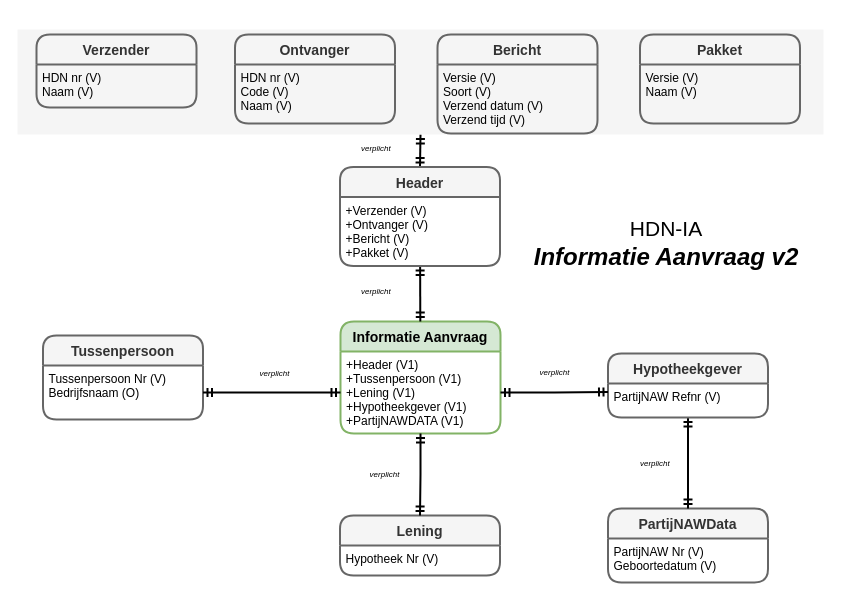
Earlier version of the draw.io diagram page "IA-bericht" (2 of 11) of 3rdParty-HDN.drawio (luchthandel/diagrams). Source tidied: cells renumbered, new cells numbered last; positions are measured from the earlier drawing's top-left corner, leaving out a move shared by most shapes. Both pictures are drawn from the tidied source at 100%, with x=0, y=0 at pixel (17, 29).
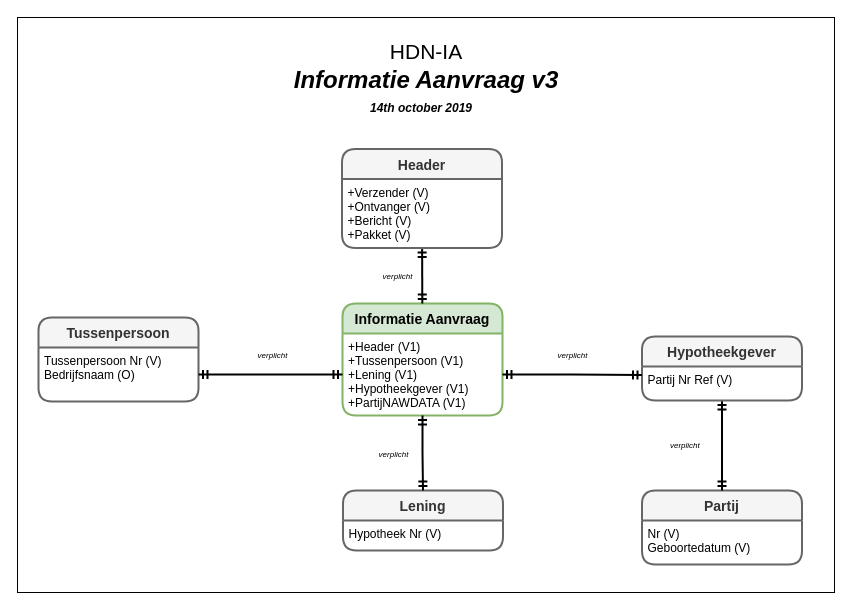
After the change.

Change to the diagram source:
```diff
@@
-    <mxCell id="2" style="rounded=0;jettySize=auto;html=1;startArrow=ERmandOne;startFill=0;endArrow=ERmandOne;endFill=0;strokeWidth=2;fontSize=8;entryX=0.5;entryY=1;entryDx=0;entryDy=0;exitX=0.5;exitY=0;exitDx=0;exitDy=0;" parent="1" edge="1" source="19" target="25">
-      <mxGeometry relative="1" as="geometry" />
-    </mxCell>
-    <mxCell id="3" value="&lt;font style=&quot;font-size: 21px&quot;&gt;HDN-IA&lt;/font&gt;&lt;b style=&quot;font-size: 24px ; font-style: italic&quot;&gt;&lt;br&gt;Informatie Aanvraag v2&lt;/b&gt;" style="text;html=1;strokeColor=none;fillColor=none;align=center;verticalAlign=middle;whiteSpace=wrap;rounded=0;" parent="1" vertex="1">
-      <mxGeometry x="500" y="160" width="298" height="106" as="geometry" />
-    </mxCell>
+    <mxCell id="36" style="rounded=0;whiteSpace=wrap;html=1;shadow=0;glass=0;comic=0;fontSize=11;align=center;fillColor=none;" parent="1" vertex="1">
+      <mxGeometry y="-12" width="817" height="575" as="geometry" />
+    </mxCell>
-    <mxCell id="4" value="PartijNAWData" style="swimlane;horizontal=1;startSize=30;fillColor=#f5f5f5;fontColor=#333333;rounded=1;fontSize=14;fontStyle=1;strokeWidth=2;shadow=0;dashed=0;align=center;strokeColor=#666666;" parent="1" vertex="1">
-      <mxGeometry x="590.5" y="479" width="160" height="74" as="geometry" />
+    <mxCell id="4" value="Partij" style="swimlane;horizontal=1;startSize=30;fillColor=#f5f5f5;fontColor=#333333;rounded=1;fontSize=14;fontStyle=1;strokeWidth=2;shadow=0;dashed=0;align=center;strokeColor=#666666;" parent="1" vertex="1">
+      <mxGeometry x="624.5" y="461" width="160" height="74" as="geometry" />
     </mxCell>
-    <mxCell id="5" value="PartijNAW Nr (V)&#10;Geboortedatum (V)" style="align=left;strokeColor=none;fillColor=none;spacingLeft=4;fontSize=12;verticalAlign=top;" parent="4" vertex="1">
+    <mxCell id="5" value="Nr (V)&#10;Geboortedatum (V)" style="align=left;strokeColor=none;fillColor=none;spacingLeft=4;fontSize=12;verticalAlign=top;" parent="4" vertex="1">
       <mxGeometry y="30" width="160" height="44" as="geometry" />
     </mxCell>
@@
     <mxCell id="7" value="Tussenpersoon" style="swimlane;horizontal=1;startSize=30;fillColor=#f5f5f5;fontColor=#333333;rounded=1;fontSize=14;fontStyle=1;strokeWidth=2;shadow=0;dashed=0;align=center;strokeColor=#666666;" parent="1" vertex="1">
-      <mxGeometry x="25.5" y="306" width="160" height="84" as="geometry" />
+      <mxGeometry x="21" y="288" width="160" height="84" as="geometry" />
     </mxCell>
@@
     <mxCell id="9" value="Lening" style="swimlane;horizontal=1;startSize=30;fillColor=#f5f5f5;rounded=1;fontSize=14;fontStyle=1;strokeWidth=2;shadow=0;dashed=0;align=center;strokeColor=#666666;fontColor=#333333;" parent="1" vertex="1">
-      <mxGeometry x="322.5" y="486" width="160" height="60" as="geometry" />
+      <mxGeometry x="325.5" y="461" width="160" height="60" as="geometry" />
     </mxCell>
@@
     <mxCell id="11" value="Hypotheekgever" style="swimlane;horizontal=1;startSize=30;fillColor=#f5f5f5;fontColor=#333333;rounded=1;fontSize=14;fontStyle=1;strokeWidth=2;shadow=0;dashed=0;align=center;strokeColor=#666666;" parent="1" vertex="1">
-      <mxGeometry x="590.5" y="324" width="160" height="64" as="geometry" />
+      <mxGeometry x="624.5" y="307" width="160" height="64" as="geometry" />
     </mxCell>
-    <mxCell id="12" value="PartijNAW Refnr (V)" style="align=left;strokeColor=none;fillColor=none;spacingLeft=4;fontSize=12;verticalAlign=top;" parent="11" vertex="1">
+    <mxCell id="12" value="Partij Nr Ref (V)" style="align=left;strokeColor=none;fillColor=none;spacingLeft=4;fontSize=12;verticalAlign=top;" parent="11" vertex="1">
       <mxGeometry y="30" width="160" height="34" as="geometry" />
     </mxCell>
     <mxCell id="13" value="Informatie Aanvraag" style="swimlane;horizontal=1;startSize=30;fillColor=#d5e8d4;rounded=1;fontSize=14;fontStyle=1;strokeWidth=2;shadow=0;dashed=0;align=center;strokeColor=#82b366;" parent="1" vertex="1">
-      <mxGeometry x="323" y="292" width="160" height="112" as="geometry" />
+      <mxGeometry x="325" y="274" width="160" height="112" as="geometry" />
     </mxCell>
@@
     <mxCell id="18" value="verplicht" style="text;html=1;fontStyle=2;fontSize=8;align=center;" parent="1" vertex="1">
-      <mxGeometry x="188" y="333" width="137" height="30" as="geometry" />
+      <mxGeometry x="184" y="315" width="141" height="30" as="geometry" />
     </mxCell>
-    <mxCell id="19" value="Header" style="swimlane;horizontal=1;startSize=30;fillColor=#f5f5f5;fontColor=#333333;rounded=1;fontSize=14;fontStyle=1;strokeWidth=2;shadow=0;dashed=0;align=center;strokeColor=#666666;" parent="1" vertex="1">
-      <mxGeometry x="322.5" y="137.5" width="160" height="99" as="geometry" />
+    <mxCell id="19" value="Header" style="swimlane;horizontal=1;startSize=30;fillColor=#f5f5f5;rounded=1;fontSize=14;fontStyle=1;strokeWidth=2;shadow=0;dashed=0;align=center;strokeColor=#666666;fontColor=#333333;" parent="1" vertex="1">
+      <mxGeometry x="324.5" y="119.5" width="160" height="99" as="geometry" />
     </mxCell>
@@
     <mxCell id="22" value="verplicht" style="text;html=1;fontStyle=2;fontSize=8;verticalAlign=middle;" parent="1" vertex="1">
-      <mxGeometry x="621" y="388" width="50" height="91" as="geometry" />
+      <mxGeometry x="651" y="370" width="50" height="91" as="geometry" />
     </mxCell>
     <mxCell id="23" value="verplicht" style="text;html=1;fontStyle=2;fontSize=8;align=center;verticalAlign=middle;" parent="1" vertex="1">
-      <mxGeometry x="342" y="406" width="50" height="78" as="geometry" />
+      <mxGeometry x="350.5" y="386" width="50" height="78" as="geometry" />
     </mxCell>
     <mxCell id="24" value="verplicht" style="text;html=1;fontStyle=2;fontSize=8;align=center;" parent="1" vertex="1">
-      <mxGeometry x="483" y="332" width="107" height="26" as="geometry" />
+      <mxGeometry x="488" y="315" width="134" height="26" as="geometry" />
     </mxCell>
-    <mxCell id="25" style="rounded=0;whiteSpace=wrap;html=1;fillColor=#f5f5f5;strokeColor=none;fontColor=#333333;" parent="1" vertex="1">
-      <mxGeometry width="806" height="105" as="geometry" />
-    </mxCell>
-    <mxCell id="26" value="Verzender" style="swimlane;horizontal=1;startSize=30;fillColor=#f5f5f5;fontColor=#333333;rounded=1;fontSize=14;fontStyle=1;strokeWidth=2;shadow=0;dashed=0;align=center;strokeColor=#666666;" parent="1" vertex="1">
-      <mxGeometry x="19" y="5" width="160" height="73" as="geometry" />
-    </mxCell>
-    <mxCell id="27" value="HDN nr (V)&#10;Naam (V)" style="align=left;strokeColor=none;fillColor=none;spacingLeft=4;fontSize=12;verticalAlign=top;" parent="26" vertex="1">
-      <mxGeometry y="30" width="160" height="43" as="geometry" />
-    </mxCell>
-    <mxCell id="28" value="Ontvanger" style="swimlane;horizontal=1;startSize=30;fillColor=#f5f5f5;fontColor=#333333;rounded=1;fontSize=14;fontStyle=1;strokeWidth=2;shadow=0;dashed=0;align=center;strokeColor=#666666;" parent="1" vertex="1">
-      <mxGeometry x="217.5" y="5" width="160" height="89" as="geometry" />
-    </mxCell>
-    <mxCell id="29" value="HDN nr (V)&#10;Code (V)&#10;Naam (V)" style="align=left;strokeColor=none;fillColor=none;spacingLeft=4;fontSize=12;verticalAlign=top;" parent="28" vertex="1">
-      <mxGeometry y="30" width="160" height="59" as="geometry" />
-    </mxCell>
-    <mxCell id="30" value="Bericht" style="swimlane;horizontal=1;startSize=30;fillColor=#f5f5f5;fontColor=#333333;rounded=1;fontSize=14;fontStyle=1;strokeWidth=2;shadow=0;dashed=0;align=center;strokeColor=#666666;" parent="1" vertex="1">
-      <mxGeometry x="420" y="5" width="160" height="99" as="geometry" />
-    </mxCell>
-    <mxCell id="31" value="Versie (V)&#10;Soort (V)&#10;Verzend datum (V)&#10;Verzend tijd (V)" style="align=left;strokeColor=none;fillColor=none;spacingLeft=4;fontSize=12;verticalAlign=top;" parent="30" vertex="1">
-      <mxGeometry y="30" width="160" height="69" as="geometry" />
-    </mxCell>
-    <mxCell id="32" value="Pakket" style="swimlane;horizontal=1;startSize=30;fillColor=#f5f5f5;fontColor=#333333;rounded=1;fontSize=14;fontStyle=1;strokeWidth=2;shadow=0;dashed=0;align=center;strokeColor=#666666;" parent="1" vertex="1">
-      <mxGeometry x="622.5" y="5" width="160" height="89" as="geometry" />
-    </mxCell>
-    <mxCell id="33" value="Versie (V) &#10;Naam (V)" style="align=left;strokeColor=none;fillColor=none;spacingLeft=4;fontSize=12;verticalAlign=top;" parent="32" vertex="1">
-      <mxGeometry y="30" width="160" height="59" as="geometry" />
-    </mxCell>
-    <mxCell id="34" value="verplicht" style="text;html=1;fontStyle=2;fontSize=8;" parent="1" vertex="1">
-      <mxGeometry x="341.5" y="251" width="50" height="30" as="geometry" />
+    <mxCell id="34" value="verplicht" style="text;html=1;fontStyle=2;fontSize=8;verticalAlign=middle;align=center;" parent="1" vertex="1">
+      <mxGeometry x="354.5" y="220" width="50" height="53" as="geometry" />
     </mxCell>
-    <mxCell id="35" value="verplicht" style="text;html=1;fontStyle=2;fontSize=8;" parent="1" vertex="1">
-      <mxGeometry x="341.5" y="107.5" width="50" height="30" as="geometry" />
-    </mxCell>
+    <mxCell id="37" style="group;" parent="1" vertex="1">
+      <mxGeometry x="259.5" y="9.5" width="298" height="78.5" as="geometry" />
+    </mxCell>
+    <mxCell id="3" value="&lt;font style=&quot;font-size: 21px&quot;&gt;HDN-IA&lt;/font&gt;&lt;b style=&quot;font-size: 24px ; font-style: italic&quot;&gt;&lt;br&gt;Informatie Aanvraag v3&lt;/b&gt;" style="text;html=1;strokeColor=none;fillColor=none;align=center;verticalAlign=middle;whiteSpace=wrap;rounded=0;" parent="37" vertex="1">
+      <mxGeometry width="298" height="52" as="geometry" />
+    </mxCell>
+    <mxCell id="38" value="&lt;font&gt;&lt;b&gt;&lt;i&gt;14th october 2019&lt;/i&gt;&lt;/b&gt;&lt;br&gt;&lt;/font&gt;" style="text;html=1;strokeColor=none;fillColor=none;align=center;verticalAlign=middle;whiteSpace=wrap;rounded=0;" parent="37" vertex="1">
+      <mxGeometry x="74" y="59.5" width="140" height="19" as="geometry" />
+    </mxCell>
```
